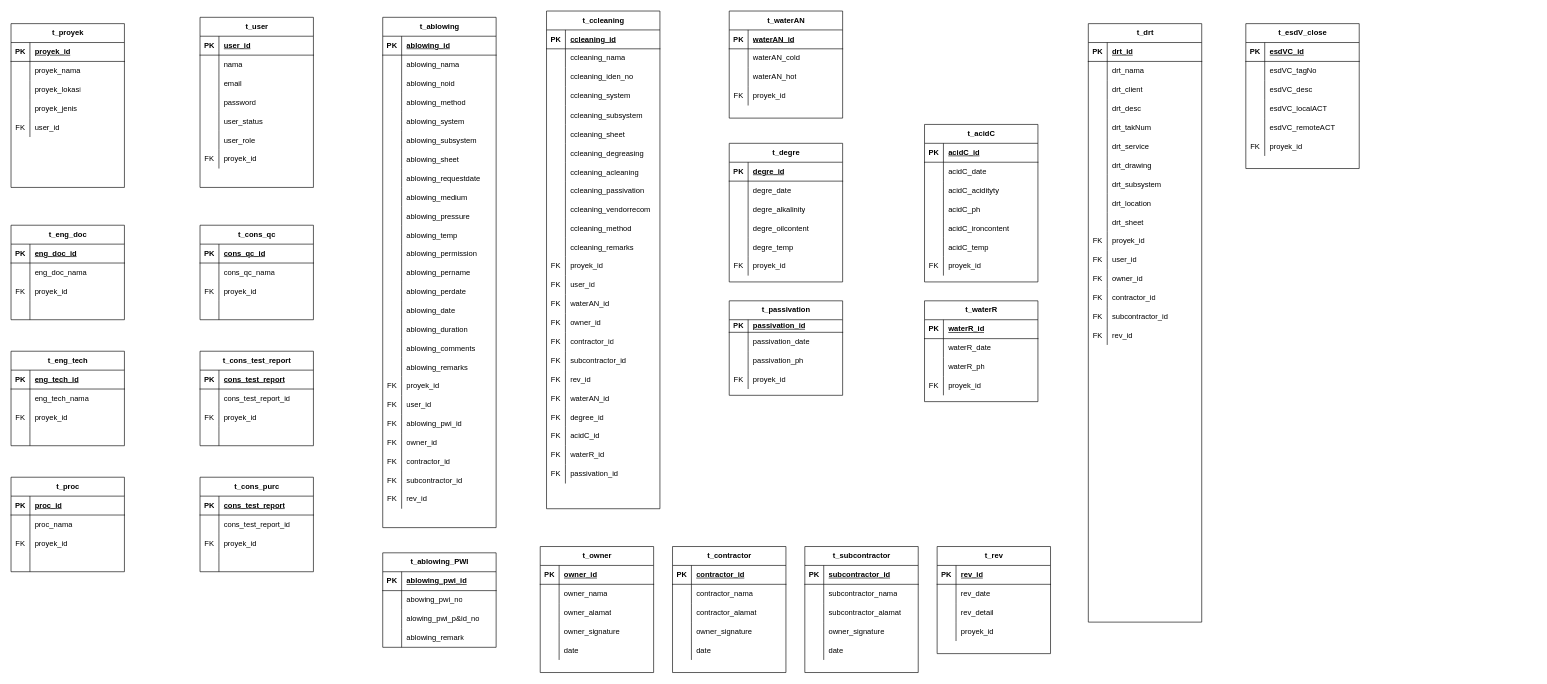
ukisatriana/Flow-serv keeps this draw.io diagram as CommissioningWIKA.drawio. Above is the earlier version. Source tidied: cells renumbered, new cells numbered last; positions are measured from the earlier drawing's top-left corner, leaving out a move shared by most shapes. Both pictures are drawn from the tidied source at 63%, with x=0, y=0 at pixel (11, 11).
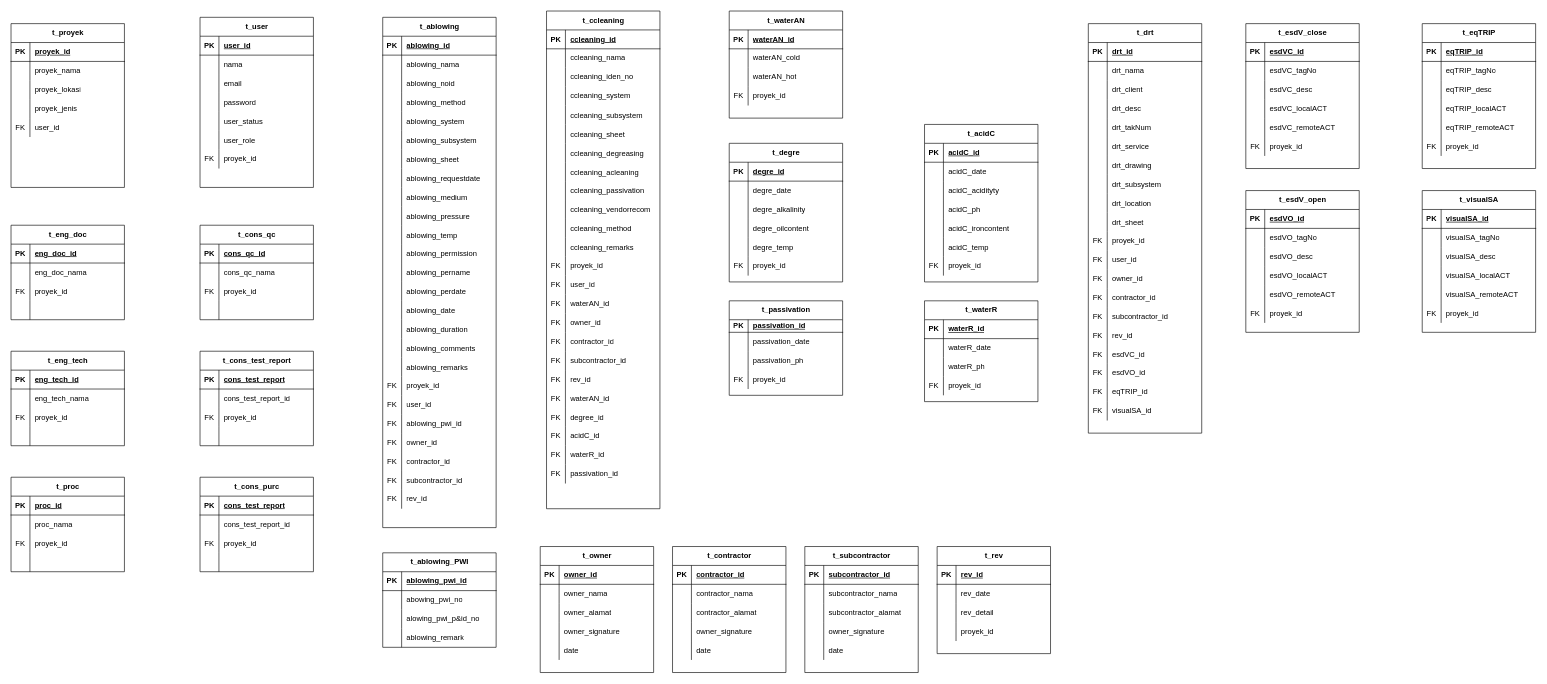
Above is the later version.

What changed in the source:
```diff
@@
     <mxCell id="421" value="t_drt" style="shape=table;startSize=30;childLayout=tableLayout;rowLines=0;fontStyle=1;align=center;html=1;" parent="1" vertex="1">
-      <mxGeometry x="1710" y="20" width="180" height="950" as="geometry" />
+      <mxGeometry x="1710" y="20" width="180" height="650" as="geometry" />
     </mxCell>
@@
+    <mxCell id="489" style="shape=tableRow;horizontal=0;startSize=0;swimlaneHead=0;swimlaneBody=0;fillColor=none;top=0;left=0;right=0;bottom=0;" parent="421" vertex="1">
+      <mxGeometry y="510" width="180" height="30" as="geometry" />
+    </mxCell>
+    <mxCell id="490" value="FK" style="shape=partialRectangle;fillColor=none;top=0;left=0;bottom=0;right=0;fontStyle=0;overflow=hidden;whiteSpace=wrap;html=1;" parent="489" vertex="1">
+      <mxGeometry width="30" height="30" as="geometry" />
+    </mxCell>
+    <mxCell id="491" value="esdVC_id" style="shape=partialRectangle;fillColor=none;top=0;left=0;bottom=0;right=0;align=left;spacingLeft=6;fontStyle=0;overflow=hidden;whiteSpace=wrap;html=1;" parent="489" vertex="1">
+      <mxGeometry x="30" width="150" height="30" as="geometry" />
+    </mxCell>
+    <mxCell id="492" style="shape=tableRow;horizontal=0;startSize=0;swimlaneHead=0;swimlaneBody=0;fillColor=none;top=0;left=0;right=0;bottom=0;" parent="421" vertex="1">
+      <mxGeometry y="540" width="180" height="30" as="geometry" />
+    </mxCell>
+    <mxCell id="493" value="FK" style="shape=partialRectangle;fillColor=none;top=0;left=0;bottom=0;right=0;fontStyle=0;overflow=hidden;whiteSpace=wrap;html=1;" parent="492" vertex="1">
+      <mxGeometry width="30" height="30" as="geometry" />
+    </mxCell>
+    <mxCell id="494" value="esdVO_id" style="shape=partialRectangle;fillColor=none;top=0;left=0;bottom=0;right=0;align=left;spacingLeft=6;fontStyle=0;overflow=hidden;whiteSpace=wrap;html=1;" parent="492" vertex="1">
+      <mxGeometry x="30" width="150" height="30" as="geometry" />
+    </mxCell>
+    <mxCell id="495" style="shape=tableRow;horizontal=0;startSize=0;swimlaneHead=0;swimlaneBody=0;fillColor=none;top=0;left=0;right=0;bottom=0;" parent="421" vertex="1">
+      <mxGeometry y="570" width="180" height="30" as="geometry" />
+    </mxCell>
+    <mxCell id="496" value="FK" style="shape=partialRectangle;fillColor=none;top=0;left=0;bottom=0;right=0;fontStyle=0;overflow=hidden;whiteSpace=wrap;html=1;" parent="495" vertex="1">
+      <mxGeometry width="30" height="30" as="geometry" />
+    </mxCell>
+    <mxCell id="497" value="eqTRIP_id" style="shape=partialRectangle;fillColor=none;top=0;left=0;bottom=0;right=0;align=left;spacingLeft=6;fontStyle=0;overflow=hidden;whiteSpace=wrap;html=1;" parent="495" vertex="1">
+      <mxGeometry x="30" width="150" height="30" as="geometry" />
+    </mxCell>
+    <mxCell id="498" style="shape=tableRow;horizontal=0;startSize=0;swimlaneHead=0;swimlaneBody=0;fillColor=none;top=0;left=0;right=0;bottom=0;" parent="421" vertex="1">
+      <mxGeometry y="600" width="180" height="30" as="geometry" />
+    </mxCell>
+    <mxCell id="499" value="FK" style="shape=partialRectangle;fillColor=none;top=0;left=0;bottom=0;right=0;fontStyle=0;overflow=hidden;whiteSpace=wrap;html=1;" parent="498" vertex="1">
+      <mxGeometry width="30" height="30" as="geometry" />
+    </mxCell>
+    <mxCell id="500" value="visualSA_id" style="shape=partialRectangle;fillColor=none;top=0;left=0;bottom=0;right=0;align=left;spacingLeft=6;fontStyle=0;overflow=hidden;whiteSpace=wrap;html=1;" parent="498" vertex="1">
+      <mxGeometry x="30" width="150" height="30" as="geometry" />
+    </mxCell>
@@
+    <mxCell id="501" value="t_esdV_open" style="shape=table;startSize=30;childLayout=tableLayout;rowLines=0;fontStyle=1;align=center;html=1;" parent="1" vertex="1">
+      <mxGeometry x="1960" y="285" width="180" height="225" as="geometry" />
+    </mxCell>
+    <mxCell id="502" style="shape=tableRow;horizontal=0;startSize=0;swimlaneHead=0;swimlaneBody=0;fillColor=none;top=0;left=0;right=0;bottom=1;" parent="501" vertex="1">
+      <mxGeometry y="30" width="180" height="30" as="geometry" />
+    </mxCell>
+    <mxCell id="503" value="PK" style="shape=partialRectangle;fillColor=none;top=0;left=0;bottom=0;right=0;fontStyle=1;overflow=hidden;whiteSpace=wrap;html=1;" parent="502" vertex="1">
+      <mxGeometry width="30" height="30" as="geometry" />
+    </mxCell>
+    <mxCell id="504" value="esdVO_id" style="shape=partialRectangle;fillColor=none;top=0;left=0;bottom=0;right=0;align=left;spacingLeft=6;fontStyle=5;overflow=hidden;whiteSpace=wrap;html=1;" parent="502" vertex="1">
+      <mxGeometry x="30" width="150" height="30" as="geometry" />
+    </mxCell>
+    <mxCell id="505" style="shape=tableRow;horizontal=0;startSize=0;swimlaneHead=0;swimlaneBody=0;fillColor=none;top=0;left=0;right=0;bottom=0;" parent="501" vertex="1">
+      <mxGeometry y="60" width="180" height="30" as="geometry" />
+    </mxCell>
+    <mxCell id="506" style="shape=partialRectangle;fillColor=none;top=0;left=0;bottom=0;right=0;overflow=hidden;whiteSpace=wrap;html=1;" parent="505" vertex="1">
+      <mxGeometry width="30" height="30" as="geometry" />
+    </mxCell>
+    <mxCell id="507" value="esdVO_tagNo" style="shape=partialRectangle;fillColor=none;top=0;left=0;bottom=0;right=0;align=left;spacingLeft=6;overflow=hidden;whiteSpace=wrap;html=1;" parent="505" vertex="1">
+      <mxGeometry x="30" width="150" height="30" as="geometry" />
+    </mxCell>
+    <mxCell id="508" style="shape=tableRow;horizontal=0;startSize=0;swimlaneHead=0;swimlaneBody=0;fillColor=none;top=0;left=0;right=0;bottom=0;" parent="501" vertex="1">
+      <mxGeometry y="90" width="180" height="30" as="geometry" />
+    </mxCell>
+    <mxCell id="509" style="shape=partialRectangle;fillColor=none;top=0;left=0;bottom=0;right=0;overflow=hidden;whiteSpace=wrap;html=1;" parent="508" vertex="1">
+      <mxGeometry width="30" height="30" as="geometry" />
+    </mxCell>
+    <mxCell id="510" value="esdVO_desc" style="shape=partialRectangle;fillColor=none;top=0;left=0;bottom=0;right=0;align=left;spacingLeft=6;overflow=hidden;whiteSpace=wrap;html=1;" parent="508" vertex="1">
+      <mxGeometry x="30" width="150" height="30" as="geometry" />
+    </mxCell>
+    <mxCell id="511" style="shape=tableRow;horizontal=0;startSize=0;swimlaneHead=0;swimlaneBody=0;fillColor=none;top=0;left=0;right=0;bottom=0;" parent="501" vertex="1">
+      <mxGeometry y="120" width="180" height="30" as="geometry" />
+    </mxCell>
+    <mxCell id="512" style="shape=partialRectangle;fillColor=none;top=0;left=0;bottom=0;right=0;overflow=hidden;whiteSpace=wrap;html=1;" parent="511" vertex="1">
+      <mxGeometry width="30" height="30" as="geometry" />
+    </mxCell>
+    <mxCell id="513" value="esdVO_localACT" style="shape=partialRectangle;fillColor=none;top=0;left=0;bottom=0;right=0;align=left;spacingLeft=6;overflow=hidden;whiteSpace=wrap;html=1;" parent="511" vertex="1">
+      <mxGeometry x="30" width="150" height="30" as="geometry" />
+    </mxCell>
+    <mxCell id="514" style="shape=tableRow;horizontal=0;startSize=0;swimlaneHead=0;swimlaneBody=0;fillColor=none;top=0;left=0;right=0;bottom=0;" parent="501" vertex="1">
+      <mxGeometry y="150" width="180" height="30" as="geometry" />
+    </mxCell>
+    <mxCell id="515" style="shape=partialRectangle;fillColor=none;top=0;left=0;bottom=0;right=0;overflow=hidden;" parent="514" vertex="1">
+      <mxGeometry width="30" height="30" as="geometry" />
+    </mxCell>
+    <mxCell id="516" value="esdVO_remoteACT" style="shape=partialRectangle;fillColor=none;top=0;left=0;bottom=0;right=0;align=left;spacingLeft=6;overflow=hidden;" parent="514" vertex="1">
+      <mxGeometry x="30" width="150" height="30" as="geometry" />
+    </mxCell>
+    <mxCell id="517" style="shape=tableRow;horizontal=0;startSize=0;swimlaneHead=0;swimlaneBody=0;fillColor=none;top=0;left=0;right=0;bottom=0;" parent="501" vertex="1">
+      <mxGeometry y="180" width="180" height="30" as="geometry" />
+    </mxCell>
+    <mxCell id="518" value="FK" style="shape=partialRectangle;fillColor=none;top=0;left=0;bottom=0;right=0;fontStyle=0;overflow=hidden;whiteSpace=wrap;html=1;" parent="517" vertex="1">
+      <mxGeometry width="30" height="30" as="geometry" />
+    </mxCell>
+    <mxCell id="519" value="proyek_id" style="shape=partialRectangle;fillColor=none;top=0;left=0;bottom=0;right=0;align=left;spacingLeft=6;fontStyle=0;overflow=hidden;whiteSpace=wrap;html=1;" parent="517" vertex="1">
+      <mxGeometry x="30" width="150" height="30" as="geometry" />
+    </mxCell>
+    <mxCell id="520" value="t_eqTRIP" style="shape=table;startSize=30;childLayout=tableLayout;rowLines=0;fontStyle=1;align=center;html=1;" parent="1" vertex="1">
+      <mxGeometry x="2240" y="20" width="180" height="230" as="geometry" />
+    </mxCell>
+    <mxCell id="521" style="shape=tableRow;horizontal=0;startSize=0;swimlaneHead=0;swimlaneBody=0;fillColor=none;top=0;left=0;right=0;bottom=1;" parent="520" vertex="1">
+      <mxGeometry y="30" width="180" height="30" as="geometry" />
+    </mxCell>
+    <mxCell id="522" value="PK" style="shape=partialRectangle;fillColor=none;top=0;left=0;bottom=0;right=0;fontStyle=1;overflow=hidden;whiteSpace=wrap;html=1;" parent="521" vertex="1">
+      <mxGeometry width="30" height="30" as="geometry" />
+    </mxCell>
+    <mxCell id="523" value="eqTRIP_id" style="shape=partialRectangle;fillColor=none;top=0;left=0;bottom=0;right=0;align=left;spacingLeft=6;fontStyle=5;overflow=hidden;whiteSpace=wrap;html=1;" parent="521" vertex="1">
+      <mxGeometry x="30" width="150" height="30" as="geometry" />
+    </mxCell>
+    <mxCell id="524" style="shape=tableRow;horizontal=0;startSize=0;swimlaneHead=0;swimlaneBody=0;fillColor=none;top=0;left=0;right=0;bottom=0;" parent="520" vertex="1">
+      <mxGeometry y="60" width="180" height="30" as="geometry" />
+    </mxCell>
+    <mxCell id="525" style="shape=partialRectangle;fillColor=none;top=0;left=0;bottom=0;right=0;overflow=hidden;whiteSpace=wrap;html=1;" parent="524" vertex="1">
+      <mxGeometry width="30" height="30" as="geometry" />
+    </mxCell>
+    <mxCell id="526" value="eqTRIP_tagNo" style="shape=partialRectangle;fillColor=none;top=0;left=0;bottom=0;right=0;align=left;spacingLeft=6;overflow=hidden;whiteSpace=wrap;html=1;" parent="524" vertex="1">
+      <mxGeometry x="30" width="150" height="30" as="geometry" />
+    </mxCell>
+    <mxCell id="527" style="shape=tableRow;horizontal=0;startSize=0;swimlaneHead=0;swimlaneBody=0;fillColor=none;top=0;left=0;right=0;bottom=0;" parent="520" vertex="1">
+      <mxGeometry y="90" width="180" height="30" as="geometry" />
+    </mxCell>
+    <mxCell id="528" style="shape=partialRectangle;fillColor=none;top=0;left=0;bottom=0;right=0;overflow=hidden;whiteSpace=wrap;html=1;" parent="527" vertex="1">
+      <mxGeometry width="30" height="30" as="geometry" />
+    </mxCell>
+    <mxCell id="529" value="eqTRIP_desc" style="shape=partialRectangle;fillColor=none;top=0;left=0;bottom=0;right=0;align=left;spacingLeft=6;overflow=hidden;whiteSpace=wrap;html=1;" parent="527" vertex="1">
+      <mxGeometry x="30" width="150" height="30" as="geometry" />
+    </mxCell>
+    <mxCell id="530" style="shape=tableRow;horizontal=0;startSize=0;swimlaneHead=0;swimlaneBody=0;fillColor=none;top=0;left=0;right=0;bottom=0;" parent="520" vertex="1">
+      <mxGeometry y="120" width="180" height="30" as="geometry" />
+    </mxCell>
+    <mxCell id="531" style="shape=partialRectangle;fillColor=none;top=0;left=0;bottom=0;right=0;overflow=hidden;whiteSpace=wrap;html=1;" parent="530" vertex="1">
+      <mxGeometry width="30" height="30" as="geometry" />
+    </mxCell>
+    <mxCell id="532" value="eqTRIP_localACT" style="shape=partialRectangle;fillColor=none;top=0;left=0;bottom=0;right=0;align=left;spacingLeft=6;overflow=hidden;whiteSpace=wrap;html=1;" parent="530" vertex="1">
+      <mxGeometry x="30" width="150" height="30" as="geometry" />
+    </mxCell>
+    <mxCell id="533" style="shape=tableRow;horizontal=0;startSize=0;swimlaneHead=0;swimlaneBody=0;fillColor=none;top=0;left=0;right=0;bottom=0;" parent="520" vertex="1">
+      <mxGeometry y="150" width="180" height="30" as="geometry" />
+    </mxCell>
+    <mxCell id="534" style="shape=partialRectangle;fillColor=none;top=0;left=0;bottom=0;right=0;overflow=hidden;" parent="533" vertex="1">
+      <mxGeometry width="30" height="30" as="geometry" />
+    </mxCell>
+    <mxCell id="535" value="eqTRIP_remoteACT" style="shape=partialRectangle;fillColor=none;top=0;left=0;bottom=0;right=0;align=left;spacingLeft=6;overflow=hidden;" parent="533" vertex="1">
+      <mxGeometry x="30" width="150" height="30" as="geometry" />
+    </mxCell>
+    <mxCell id="536" style="shape=tableRow;horizontal=0;startSize=0;swimlaneHead=0;swimlaneBody=0;fillColor=none;top=0;left=0;right=0;bottom=0;" parent="520" vertex="1">
+      <mxGeometry y="180" width="180" height="30" as="geometry" />
+    </mxCell>
+    <mxCell id="537" value="FK" style="shape=partialRectangle;fillColor=none;top=0;left=0;bottom=0;right=0;fontStyle=0;overflow=hidden;whiteSpace=wrap;html=1;" parent="536" vertex="1">
+      <mxGeometry width="30" height="30" as="geometry" />
+    </mxCell>
+    <mxCell id="538" value="proyek_id" style="shape=partialRectangle;fillColor=none;top=0;left=0;bottom=0;right=0;align=left;spacingLeft=6;fontStyle=0;overflow=hidden;whiteSpace=wrap;html=1;" parent="536" vertex="1">
+      <mxGeometry x="30" width="150" height="30" as="geometry" />
+    </mxCell>
+    <mxCell id="539" value="t_visualSA" style="shape=table;startSize=30;childLayout=tableLayout;rowLines=0;fontStyle=1;align=center;html=1;" parent="1" vertex="1">
+      <mxGeometry x="2240" y="285" width="180" height="225" as="geometry" />
+    </mxCell>
+    <mxCell id="540" style="shape=tableRow;horizontal=0;startSize=0;swimlaneHead=0;swimlaneBody=0;fillColor=none;top=0;left=0;right=0;bottom=1;" parent="539" vertex="1">
+      <mxGeometry y="30" width="180" height="30" as="geometry" />
+    </mxCell>
+    <mxCell id="541" value="PK" style="shape=partialRectangle;fillColor=none;top=0;left=0;bottom=0;right=0;fontStyle=1;overflow=hidden;whiteSpace=wrap;html=1;" parent="540" vertex="1">
+      <mxGeometry width="30" height="30" as="geometry" />
+    </mxCell>
+    <mxCell id="542" value="visualSA_id" style="shape=partialRectangle;fillColor=none;top=0;left=0;bottom=0;right=0;align=left;spacingLeft=6;fontStyle=5;overflow=hidden;whiteSpace=wrap;html=1;" parent="540" vertex="1">
+      <mxGeometry x="30" width="150" height="30" as="geometry" />
+    </mxCell>
+    <mxCell id="543" style="shape=tableRow;horizontal=0;startSize=0;swimlaneHead=0;swimlaneBody=0;fillColor=none;top=0;left=0;right=0;bottom=0;" parent="539" vertex="1">
+      <mxGeometry y="60" width="180" height="30" as="geometry" />
+    </mxCell>
+    <mxCell id="544" style="shape=partialRectangle;fillColor=none;top=0;left=0;bottom=0;right=0;overflow=hidden;whiteSpace=wrap;html=1;" parent="543" vertex="1">
+      <mxGeometry width="30" height="30" as="geometry" />
+    </mxCell>
+    <mxCell id="545" value="visualSA_tagNo" style="shape=partialRectangle;fillColor=none;top=0;left=0;bottom=0;right=0;align=left;spacingLeft=6;overflow=hidden;whiteSpace=wrap;html=1;" parent="543" vertex="1">
+      <mxGeometry x="30" width="150" height="30" as="geometry" />
+    </mxCell>
+    <mxCell id="546" style="shape=tableRow;horizontal=0;startSize=0;swimlaneHead=0;swimlaneBody=0;fillColor=none;top=0;left=0;right=0;bottom=0;" parent="539" vertex="1">
+      <mxGeometry y="90" width="180" height="30" as="geometry" />
+    </mxCell>
+    <mxCell id="547" style="shape=partialRectangle;fillColor=none;top=0;left=0;bottom=0;right=0;overflow=hidden;whiteSpace=wrap;html=1;" parent="546" vertex="1">
+      <mxGeometry width="30" height="30" as="geometry" />
+    </mxCell>
+    <mxCell id="548" value="visualSA_desc" style="shape=partialRectangle;fillColor=none;top=0;left=0;bottom=0;right=0;align=left;spacingLeft=6;overflow=hidden;whiteSpace=wrap;html=1;" parent="546" vertex="1">
+      <mxGeometry x="30" width="150" height="30" as="geometry" />
+    </mxCell>
+    <mxCell id="549" style="shape=tableRow;horizontal=0;startSize=0;swimlaneHead=0;swimlaneBody=0;fillColor=none;top=0;left=0;right=0;bottom=0;" parent="539" vertex="1">
+      <mxGeometry y="120" width="180" height="30" as="geometry" />
+    </mxCell>
+    <mxCell id="550" style="shape=partialRectangle;fillColor=none;top=0;left=0;bottom=0;right=0;overflow=hidden;whiteSpace=wrap;html=1;" parent="549" vertex="1">
+      <mxGeometry width="30" height="30" as="geometry" />
+    </mxCell>
+    <mxCell id="551" value="visualSA_localACT" style="shape=partialRectangle;fillColor=none;top=0;left=0;bottom=0;right=0;align=left;spacingLeft=6;overflow=hidden;whiteSpace=wrap;html=1;" parent="549" vertex="1">
+      <mxGeometry x="30" width="150" height="30" as="geometry" />
+    </mxCell>
+    <mxCell id="552" style="shape=tableRow;horizontal=0;startSize=0;swimlaneHead=0;swimlaneBody=0;fillColor=none;top=0;left=0;right=0;bottom=0;" parent="539" vertex="1">
+      <mxGeometry y="150" width="180" height="30" as="geometry" />
+    </mxCell>
+    <mxCell id="553" style="shape=partialRectangle;fillColor=none;top=0;left=0;bottom=0;right=0;overflow=hidden;" parent="552" vertex="1">
+      <mxGeometry width="30" height="30" as="geometry" />
+    </mxCell>
+    <mxCell id="554" value="visualSA_remoteACT" style="shape=partialRectangle;fillColor=none;top=0;left=0;bottom=0;right=0;align=left;spacingLeft=6;overflow=hidden;" parent="552" vertex="1">
+      <mxGeometry x="30" width="150" height="30" as="geometry" />
+    </mxCell>
+    <mxCell id="555" style="shape=tableRow;horizontal=0;startSize=0;swimlaneHead=0;swimlaneBody=0;fillColor=none;top=0;left=0;right=0;bottom=0;" parent="539" vertex="1">
+      <mxGeometry y="180" width="180" height="30" as="geometry" />
+    </mxCell>
+    <mxCell id="556" value="FK" style="shape=partialRectangle;fillColor=none;top=0;left=0;bottom=0;right=0;fontStyle=0;overflow=hidden;whiteSpace=wrap;html=1;" parent="555" vertex="1">
+      <mxGeometry width="30" height="30" as="geometry" />
+    </mxCell>
+    <mxCell id="557" value="proyek_id" style="shape=partialRectangle;fillColor=none;top=0;left=0;bottom=0;right=0;align=left;spacingLeft=6;fontStyle=0;overflow=hidden;whiteSpace=wrap;html=1;" parent="555" vertex="1">
+      <mxGeometry x="30" width="150" height="30" as="geometry" />
+    </mxCell>
```
